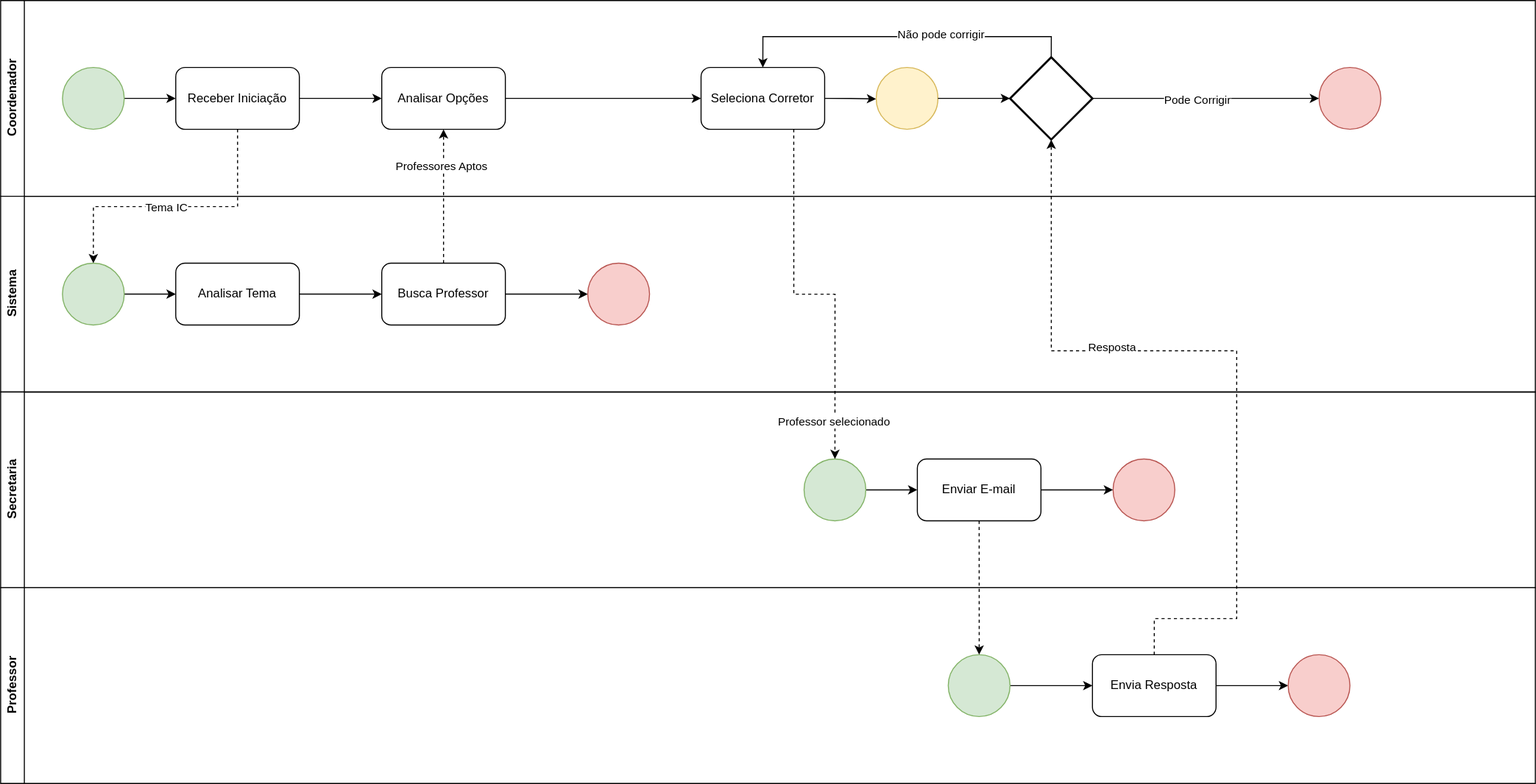
The draw.io diagram BuscarProfessor.drawio.svg in JesCat16/Automacao_IC_GestaoDeProjeto, before a commit. Source tidied: cells renumbered, new cells last; positions are measured from the earlier drawing's top-left corner, leaving out a move shared by most shapes.
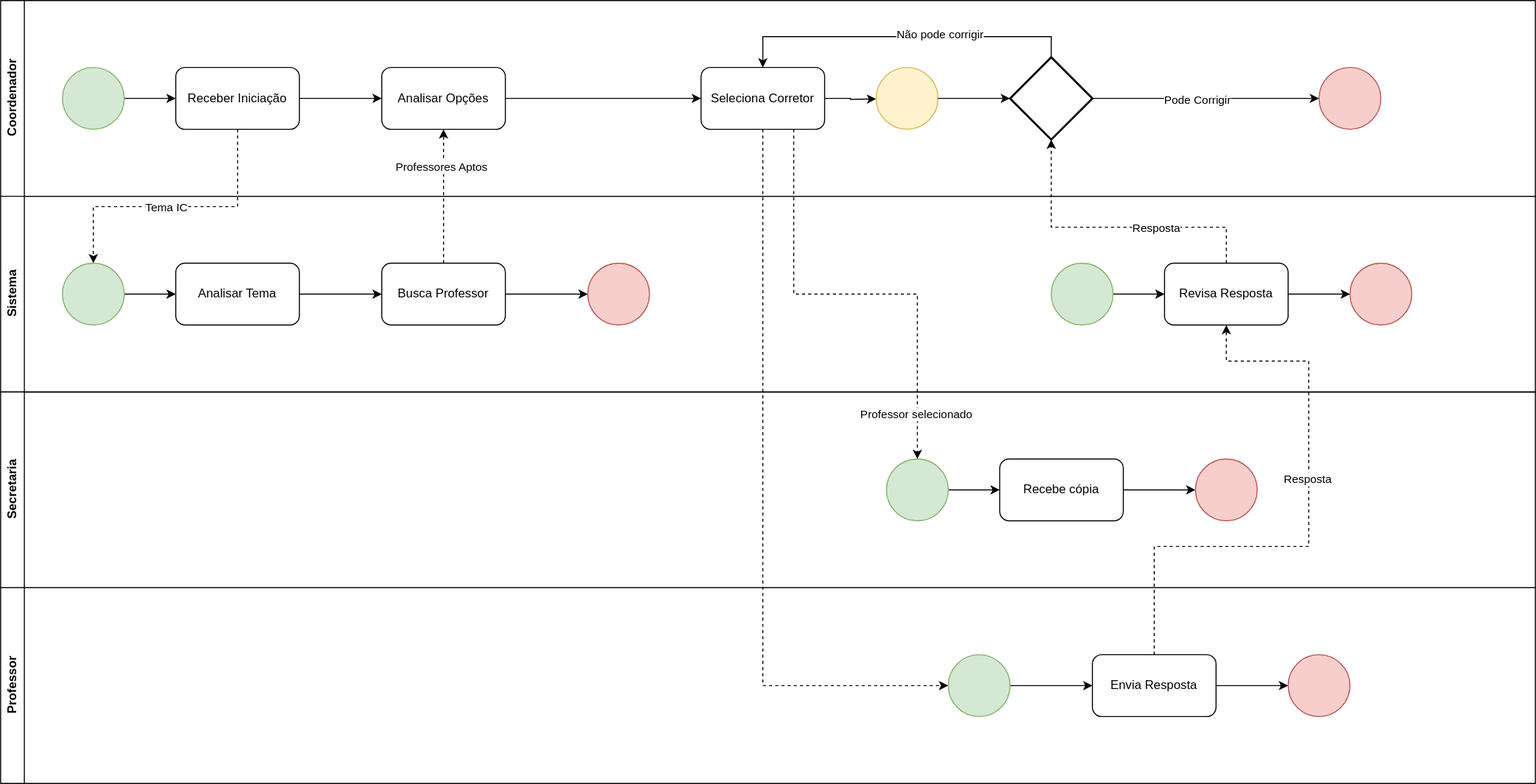
The same file after the commit.

The edit, as a diff of the source:
```diff
@@ -83,6 +83,21 @@
     <mxCell id="26" style="ellipse;whiteSpace=wrap;html=1;fillColor=#f8cecc;strokeColor=#b85450;" parent="19" vertex="1">
       <mxGeometry x="570" y="65" width="60" height="60" as="geometry" />
     </mxCell>
+    <mxCell id="48" style="edgeStyle=orthogonalEdgeStyle;rounded=0;jettySize=auto;html=1;" parent="19" edge="1" source="49" target="51">
+      <mxGeometry relative="1" as="geometry" />
+    </mxCell>
+    <mxCell id="49" style="ellipse;whiteSpace=wrap;html=1;fillColor=#d5e8d4;strokeColor=#82b366;" parent="19" vertex="1">
+      <mxGeometry x="1020" y="65" width="60" height="60" as="geometry" />
+    </mxCell>
+    <mxCell id="50" style="edgeStyle=orthogonalEdgeStyle;rounded=0;jettySize=auto;html=1;exitX=1;exitY=0.5;exitDx=0;exitDy=0;entryX=0;entryY=0.5;entryDx=0;entryDy=0;" parent="19" edge="1" source="51" target="52">
+      <mxGeometry relative="1" as="geometry" />
+    </mxCell>
+    <mxCell id="51" value="Revisa Resposta" style="rounded=1;whiteSpace=wrap;html=1;" parent="19" vertex="1">
+      <mxGeometry x="1130" y="65" width="120" height="60" as="geometry" />
+    </mxCell>
+    <mxCell id="52" style="ellipse;whiteSpace=wrap;html=1;fillColor=#f8cecc;strokeColor=#b85450;" parent="19" vertex="1">
+      <mxGeometry x="1310" y="65" width="60" height="60" as="geometry" />
+    </mxCell>
     <mxCell id="27" value="Secretaria" style="swimlane;horizontal=0;whiteSpace=wrap;html=1;" parent="1" vertex="1">
       <mxGeometry y="380" width="1490" height="190" as="geometry" />
     </mxCell>
@@ -90,16 +105,16 @@
       <mxGeometry relative="1" as="geometry" />
     </mxCell>
     <mxCell id="29" style="ellipse;whiteSpace=wrap;html=1;fillColor=#d5e8d4;strokeColor=#82b366;" parent="27" vertex="1">
-      <mxGeometry x="780" y="65" width="60" height="60" as="geometry" />
+      <mxGeometry x="860" y="65" width="60" height="60" as="geometry" />
     </mxCell>
     <mxCell id="30" style="ellipse;whiteSpace=wrap;html=1;fillColor=#f8cecc;strokeColor=#b85450;" parent="27" vertex="1">
-      <mxGeometry x="1080" y="65" width="60" height="60" as="geometry" />
+      <mxGeometry x="1160" y="65" width="60" height="60" as="geometry" />
     </mxCell>
     <mxCell id="31" style="edgeStyle=orthogonalEdgeStyle;rounded=0;jettySize=auto;html=1;exitX=1;exitY=0.5;exitDx=0;exitDy=0;entryX=0;entryY=0.5;entryDx=0;entryDy=0;" parent="27" edge="1" source="32" target="30">
       <mxGeometry relative="1" as="geometry" />
     </mxCell>
-    <mxCell id="32" value="Enviar E-mail" style="rounded=1;whiteSpace=wrap;html=1;" parent="27" vertex="1">
-      <mxGeometry x="890" y="65" width="120" height="60" as="geometry" />
+    <mxCell id="32" value="Recebe cópia" style="rounded=1;whiteSpace=wrap;html=1;" parent="27" vertex="1">
+      <mxGeometry x="970" y="65" width="120" height="60" as="geometry" />
     </mxCell>
     <mxCell id="33" value="Professor" style="swimlane;horizontal=0;whiteSpace=wrap;html=1;" parent="1" vertex="1">
       <mxGeometry y="570" width="1490" height="190" as="geometry" />
@@ -144,26 +159,36 @@
     <mxCell id="44" value="Professor selecionado" style="edgeLabel;html=1;align=center;verticalAlign=middle;" parent="43" vertex="1">
       <mxGeometry x="0.8" y="-2" relative="1" as="geometry" />
     </mxCell>
-    <mxCell id="45" style="edgeStyle=orthogonalEdgeStyle;rounded=0;jettySize=auto;html=1;exitX=0.5;exitY=1;exitDx=0;exitDy=0;entryX=0.5;entryY=0;entryDx=0;entryDy=0;dashed=1;" parent="1" edge="1" source="32" target="35">
-      <mxGeometry relative="1" as="geometry">
-        <Array as="points">
-          <mxPoint x="950" y="620" />
-          <mxPoint x="950" y="620" />
-        </Array>
-      </mxGeometry>
-    </mxCell>
-    <mxCell id="46" style="edgeStyle=orthogonalEdgeStyle;rounded=0;jettySize=auto;html=1;exitX=0.5;exitY=0;exitDx=0;exitDy=0;entryX=0.5;entryY=1;entryDx=0;entryDy=0;entryPerimeter=0;dashed=1;" parent="1" edge="1" source="37" target="16">
-      <mxGeometry relative="1" as="geometry">
-        <Array as="points">
-          <mxPoint x="1120" y="600" />
-          <mxPoint x="1200" y="600" />
-          <mxPoint x="1200" y="340" />
-          <mxPoint x="1020" y="340" />
-        </Array>
-      </mxGeometry>
-    </mxCell>
-    <mxCell id="47" value="Resposta" style="edgeLabel;html=1;align=center;verticalAlign=middle;" parent="46" vertex="1">
-      <mxGeometry x="0.31" y="-4" relative="1" as="geometry" />
-    </mxCell>
+    <mxCell id="53" style="edgeStyle=orthogonalEdgeStyle;rounded=0;jettySize=auto;html=1;exitX=0.5;exitY=1;exitDx=0;exitDy=0;dashed=1;" parent="1" edge="1" source="11" target="35">
+      <mxGeometry relative="1" as="geometry">
+        <Array as="points">
+          <mxPoint x="740" y="665" />
+        </Array>
+      </mxGeometry>
+    </mxCell>
+    <mxCell id="54" style="edgeStyle=orthogonalEdgeStyle;rounded=0;jettySize=auto;html=1;exitX=0.5;exitY=0;exitDx=0;exitDy=0;dashed=1;entryX=0.5;entryY=1;entryDx=0;entryDy=0;" parent="1" edge="1" source="37" target="51">
+      <mxGeometry relative="1" as="geometry">
+        <Array as="points">
+          <mxPoint x="1120" y="530" />
+          <mxPoint x="1270" y="530" />
+          <mxPoint x="1270" y="350" />
+          <mxPoint x="1190" y="350" />
+        </Array>
+      </mxGeometry>
+    </mxCell>
+    <mxCell id="55" value="Resposta" style="edgeLabel;html=1;align=center;verticalAlign=middle;" parent="54" vertex="1">
+      <mxGeometry x="0.17" y="2" relative="1" as="geometry" />
+    </mxCell>
+    <mxCell id="56" style="edgeStyle=orthogonalEdgeStyle;rounded=0;jettySize=auto;html=1;exitX=0.5;exitY=0;exitDx=0;exitDy=0;entryX=0.5;entryY=1;entryDx=0;entryDy=0;entryPerimeter=0;dashed=1;" parent="1" edge="1" source="51" target="16">
+      <mxGeometry relative="1" as="geometry">
+        <Array as="points">
+          <mxPoint x="1190" y="220" />
+          <mxPoint x="1020" y="220" />
+        </Array>
+      </mxGeometry>
+    </mxCell>
+    <mxCell id="57" value="Resposta" style="edgeLabel;html=1;align=center;verticalAlign=middle;" parent="56" vertex="1">
+      <mxGeometry x="-0.28" relative="1" as="geometry" />
+    </mxCell>
   </root>
 </mxGraphModel>
```
